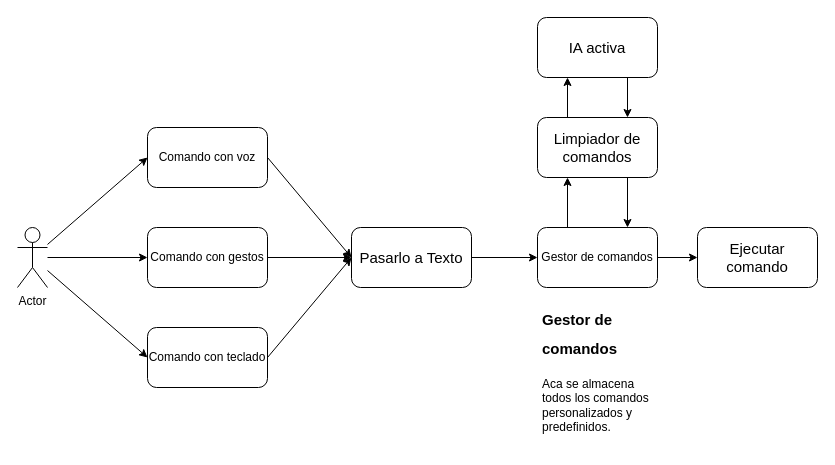
Above: template.drawio in Just253/Levus (draw.io), before the change. Source tidied: cells renumbered, new cells numbered last; positions are measured from the earlier drawing's top-left corner, leaving out a move shared by most shapes. Both pictures are drawn from the tidied source at 100%, with x=0, y=0 at pixel (17, 17).
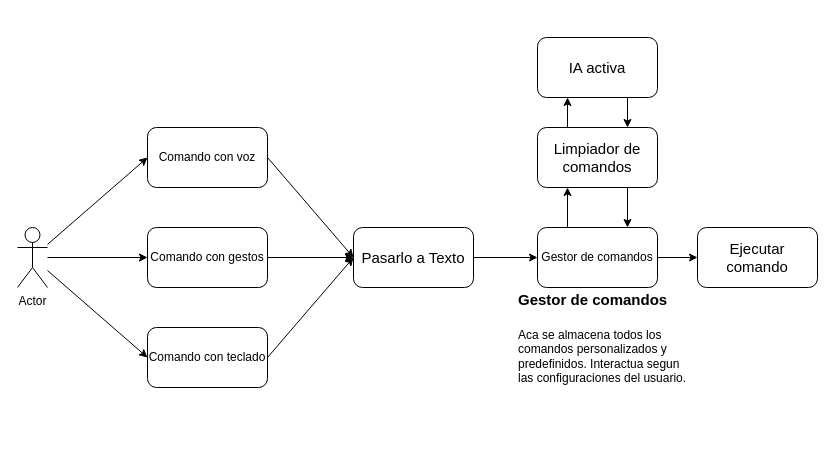
The same diagram, later.

What changed in the source:
```diff
@@
-    <mxCell id="15" value="&lt;h1&gt;&lt;font style=&quot;font-size: 15px;&quot;&gt;Gestor de comandos&lt;/font&gt;&lt;/h1&gt;&lt;p&gt;Aca se almacena todos los comandos personalizados y predefinidos.&lt;/p&gt;" style="text;html=1;strokeColor=none;fillColor=none;spacing=5;spacingTop=-20;whiteSpace=wrap;overflow=hidden;rounded=0;" parent="1" vertex="1">
-      <mxGeometry x="520" y="280" width="130" height="150" as="geometry" />
+    <mxCell id="15" value="&lt;h1&gt;&lt;font style=&quot;font-size: 15px;&quot;&gt;Gestor de comandos&lt;/font&gt;&lt;/h1&gt;&lt;p&gt;Aca se almacena todos los comandos personalizados y predefinidos. Interactua segun las configuraciones del usuario.&lt;/p&gt;" style="text;html=1;strokeColor=none;fillColor=none;spacing=5;spacingTop=-20;whiteSpace=wrap;overflow=hidden;rounded=0;" parent="1" vertex="1">
+      <mxGeometry x="496" y="260" width="181" height="150" as="geometry" />
     </mxCell>
@@
     <mxCell id="17" value="Limpiador de comandos" style="rounded=1;whiteSpace=wrap;html=1;fontSize=15;" parent="1" vertex="1">
-      <mxGeometry x="520" y="100" width="120" height="60" as="geometry" />
+      <mxGeometry x="520" y="110" width="120" height="60" as="geometry" />
     </mxCell>
@@
     <mxCell id="19" value="IA activa" style="rounded=1;whiteSpace=wrap;html=1;fontSize=15;" parent="1" vertex="1">
-      <mxGeometry x="520" width="120" height="60" as="geometry" />
+      <mxGeometry x="520" y="20" width="120" height="60" as="geometry" />
     </mxCell>
@@
     <mxCell id="22" value="Pasarlo a Texto" style="rounded=1;whiteSpace=wrap;html=1;fontSize=15;" parent="1" vertex="1">
-      <mxGeometry x="334" y="210" width="120" height="60" as="geometry" />
+      <mxGeometry x="336" y="210" width="120" height="60" as="geometry" />
     </mxCell>
```
